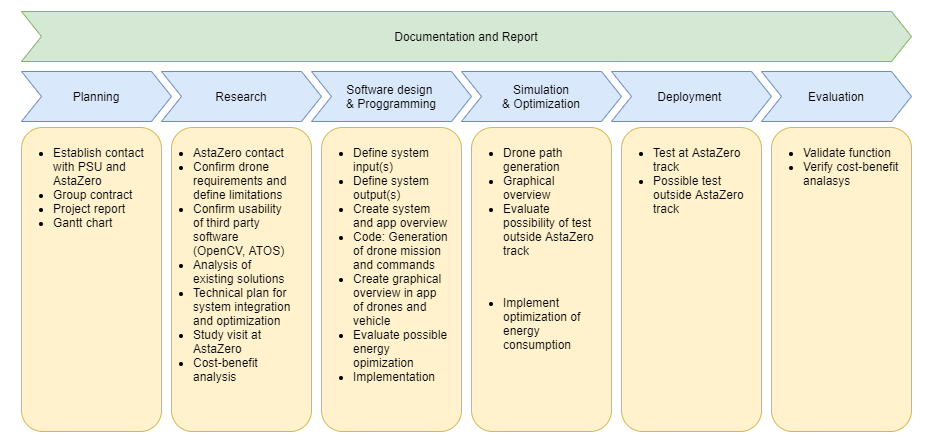
Earlier version of the draw.io export figure/work_flow.png (Globe999/Kandidatrapport). Source tidied: cells renumbered, new cells last; positions are measured from the earlier drawing's top-left corner, leaving out a move shared by most shapes.
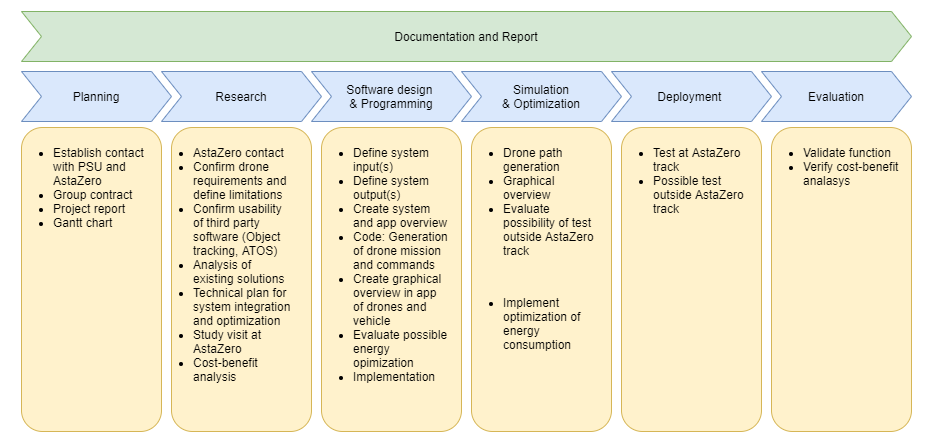
Above is the later version.

What changed in the source:
```diff
@@ -14,7 +14,7 @@
     <mxCell id="5" value="Research" style="shape=step;perimeter=stepPerimeter;whiteSpace=wrap;html=1;fixedSize=1;fillColor=#dae8fc;strokeColor=#6c8ebf;" parent="2" vertex="1">
       <mxGeometry x="160" y="70" width="160" height="50" as="geometry" />
     </mxCell>
-    <mxCell id="6" value="Software design&amp;nbsp;&lt;br&gt;&amp;amp; Proggramming" style="shape=step;perimeter=stepPerimeter;whiteSpace=wrap;html=1;fixedSize=1;fillColor=#dae8fc;strokeColor=#6c8ebf;" parent="2" vertex="1">
+    <mxCell id="6" value="Software design&amp;nbsp;&lt;br&gt;&amp;amp; Programming" style="shape=step;perimeter=stepPerimeter;whiteSpace=wrap;html=1;fixedSize=1;fillColor=#dae8fc;strokeColor=#6c8ebf;" parent="2" vertex="1">
       <mxGeometry x="310" y="70" width="160" height="50" as="geometry" />
     </mxCell>
     <mxCell id="7" value="Simulation&lt;br&gt;&amp;amp; Optimization" style="shape=step;perimeter=stepPerimeter;whiteSpace=wrap;html=1;fixedSize=1;fillColor=#dae8fc;strokeColor=#6c8ebf;" parent="2" vertex="1">
@@ -44,7 +44,7 @@
     <mxCell id="15" value="&lt;ul&gt;&lt;li&gt;Establish contact with PSU and AstaZero&lt;/li&gt;&lt;li&gt;Group contract&amp;nbsp;&lt;/li&gt;&lt;li&gt;Project report&lt;/li&gt;&lt;li&gt;Gantt chart&lt;/li&gt;&lt;/ul&gt;" style="text;html=1;strokeColor=none;fillColor=none;align=left;verticalAlign=top;whiteSpace=wrap;rounded=0;" parent="2" vertex="1">
       <mxGeometry x="10" y="126" width="140" height="304" as="geometry" />
     </mxCell>
-    <mxCell id="16" value="&lt;ul&gt;&lt;li&gt;AstaZero contact&lt;/li&gt;&lt;li&gt;Confirm drone requirements and define limitations&lt;/li&gt;&lt;li&gt;Confirm usability of third party software (OpenCV, ATOS)&lt;/li&gt;&lt;li&gt;Analysis of existing solutions&lt;/li&gt;&lt;li&gt;Technical plan for system integration and optimization&lt;/li&gt;&lt;li&gt;Study visit at AstaZero&lt;/li&gt;&lt;li&gt;Cost-benefit analysis&lt;/li&gt;&lt;/ul&gt;" style="text;html=1;strokeColor=none;fillColor=none;align=left;verticalAlign=top;whiteSpace=wrap;rounded=0;" parent="2" vertex="1">
+    <mxCell id="16" value="&lt;ul&gt;&lt;li&gt;AstaZero contact&lt;/li&gt;&lt;li&gt;Confirm drone requirements and define limitations&lt;/li&gt;&lt;li&gt;Confirm usability of third party software (Object tracking, ATOS)&lt;/li&gt;&lt;li&gt;Analysis of existing solutions&lt;/li&gt;&lt;li&gt;Technical plan for system integration and optimization&lt;/li&gt;&lt;li&gt;Study visit at AstaZero&lt;/li&gt;&lt;li&gt;Cost-benefit analysis&lt;/li&gt;&lt;/ul&gt;" style="text;html=1;strokeColor=none;fillColor=none;align=left;verticalAlign=top;whiteSpace=wrap;rounded=0;" parent="2" vertex="1">
       <mxGeometry x="150" y="126" width="140" height="304" as="geometry" />
     </mxCell>
     <mxCell id="17" value="&lt;div style=&quot;text-align: justify&quot;&gt;&lt;div&gt;&lt;br&gt;&lt;/div&gt;&lt;/div&gt;" style="rounded=1;whiteSpace=wrap;html=1;align=left;imageVerticalAlign=top;verticalAlign=top;fillColor=#fff2cc;strokeColor=#d6b656;" parent="2" vertex="1">
```
